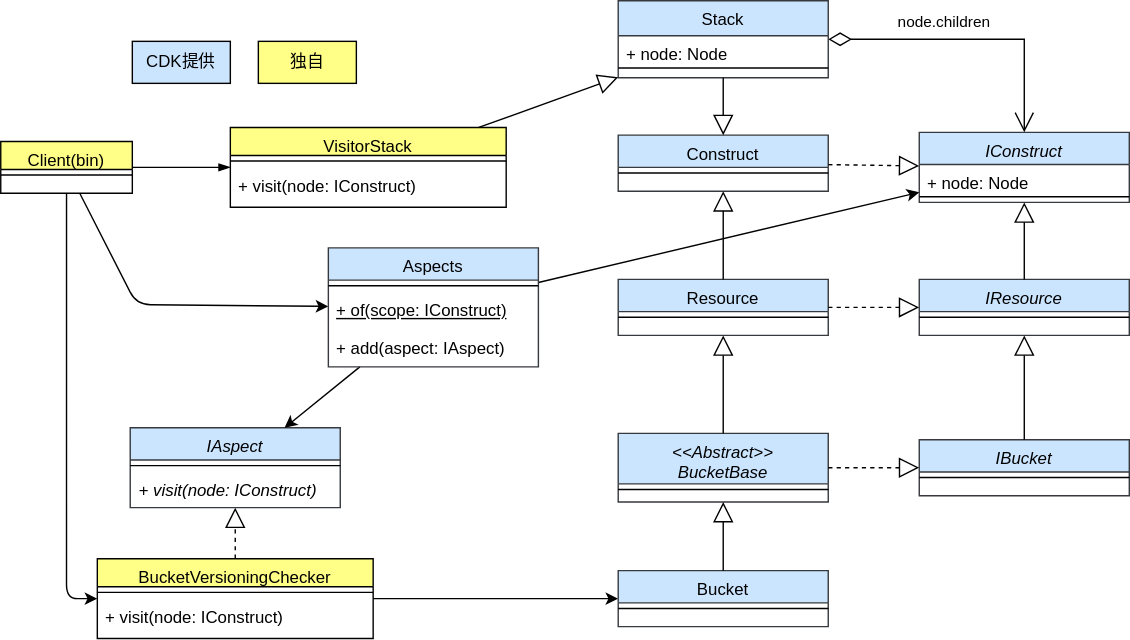
Above: drawio/visitor/visitor-cdk.drawio.svg in go-to-k/cdk-gof-design-pattern (draw.io), before the change. Source tidied: cells renumbered, new cells last; positions are measured from the earlier drawing's top-left corner, leaving out a move shared by most shapes.
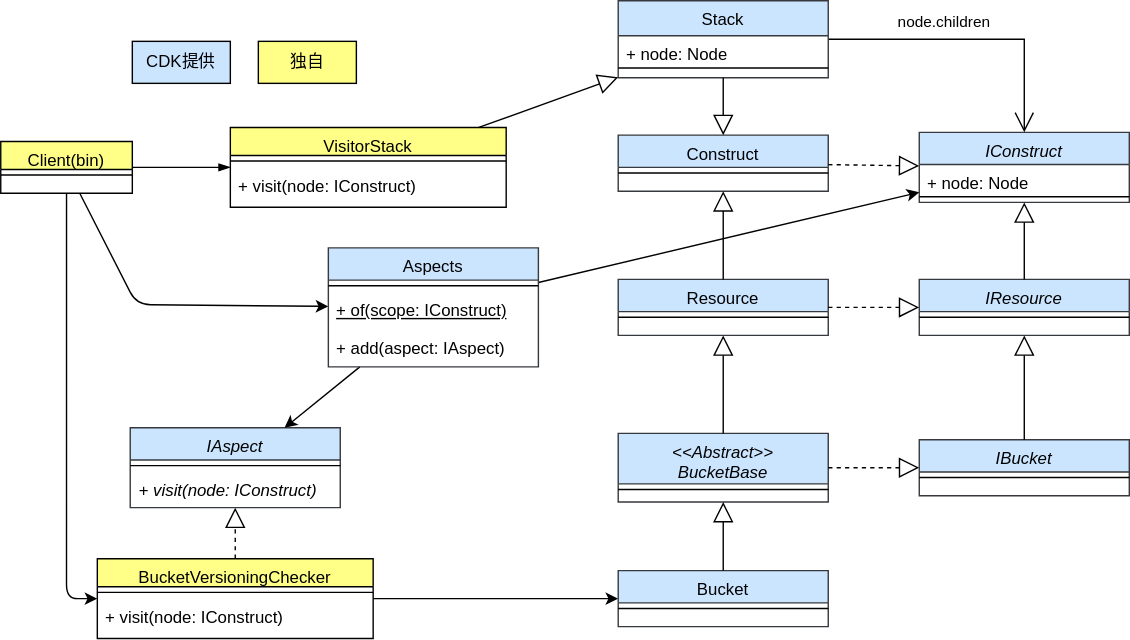
Above is the later version.

Commit message:
update visitor diagrams

Change to the diagram source:
```diff
@@ -101,7 +101,7 @@
     <mxCell id="34" style="endArrow=block;endFill=0;endSize=12;html=1;rounded=0;fontColor=#000000;strokeColor=#000000;dashed=1;" parent="1" edge="1" source="30" target="21">
       <mxGeometry relative="1" as="geometry" />
     </mxCell>
-    <mxCell id="35" value="node.children" style="endArrow=open;html=1;endSize=12;startArrow=diamondThin;startSize=14;startFill=0;edgeStyle=orthogonalEdgeStyle;align=left;verticalAlign=bottom;rounded=0;fontColor=#000000;strokeColor=#000000;labelBackgroundColor=none;" parent="1" edge="1" source="44" target="21">
+    <mxCell id="35" value="node.children" style="endArrow=open;html=1;endSize=12;startArrow=none;startSize=14;startFill=0;edgeStyle=orthogonalEdgeStyle;align=left;verticalAlign=bottom;rounded=0;fontColor=#000000;strokeColor=#000000;labelBackgroundColor=none;" parent="1" edge="1" source="44" target="21">
       <mxGeometry x="-0.43" y="12" relative="1" as="geometry">
         <Array as="points">
           <mxPoint x="731" y="28" />
```
